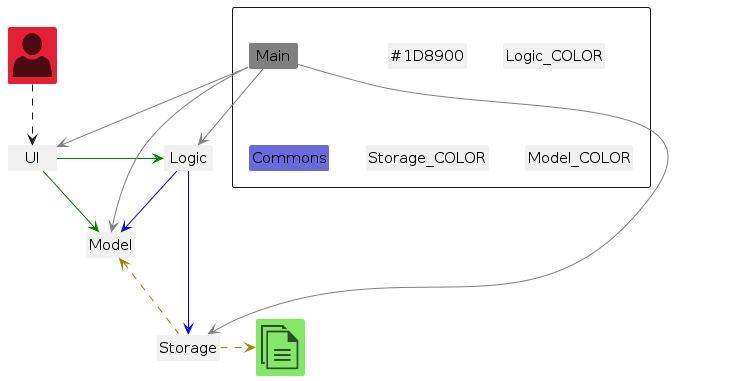
Before: diagrams/ArchitectureDiagram.png, a diagram exported from PlantUML (AY2526S1-CS2103T-W13-3/tp). Its source is kept beside it as diagrams/ArchitectureDiagram.puml. The source it was exported from:
```plantuml
@startuml
!include <office/Concepts/globe_internet>
!include <office/Concepts/documents>
!include <office/Users/user>
!include style.puml

Package " "<<Rectangle>>{
    Class UI_COLOR
    Class Logic_COLOR
    Class Storage_COLOR
    Class Model_COLOR
    Class Main #grey
    Class Commons LOGIC_COLOR_T2
}

Class "<$user>" as User MODEL_COLOR_T2
Class "<$documents>" as File UI_COLOR_T1


UI -[#green]> Logic
UI -right[#green]-> Model
Logic -[#blue]-> Storage
Logic -down[#blue]-> Model
Main -[#grey]-> UI
Main -[#grey]-> Logic
Main -[#grey]-> Storage
Main -up[#grey]-> Model
Main -down[hidden]-> Commons

Storage -up[STORAGE_COLOR].> Model
Storage .right[STORAGE_COLOR].>File
User ..> UI
@enduml
```
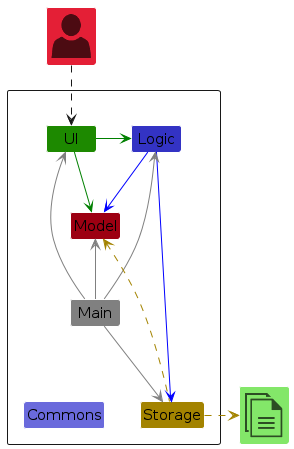
The same file after the commit.

The edit, as a diff of the source:
```diff
@@ -4,11 +4,11 @@
 !include <office/Users/user>
 !include style.puml
 
-Package " "<<Rectangle>>{
-    Class UI_COLOR
-    Class Logic_COLOR
-    Class Storage_COLOR
-    Class Model_COLOR
+Package " " <<Rectangle>>{
+    Class UI UI_COLOR
+    Class Logic LOGIC_COLOR
+    Class Storage STORAGE_COLOR
+    Class Model MODEL_COLOR
     Class Main #grey
     Class Commons LOGIC_COLOR_T2
 }
```
